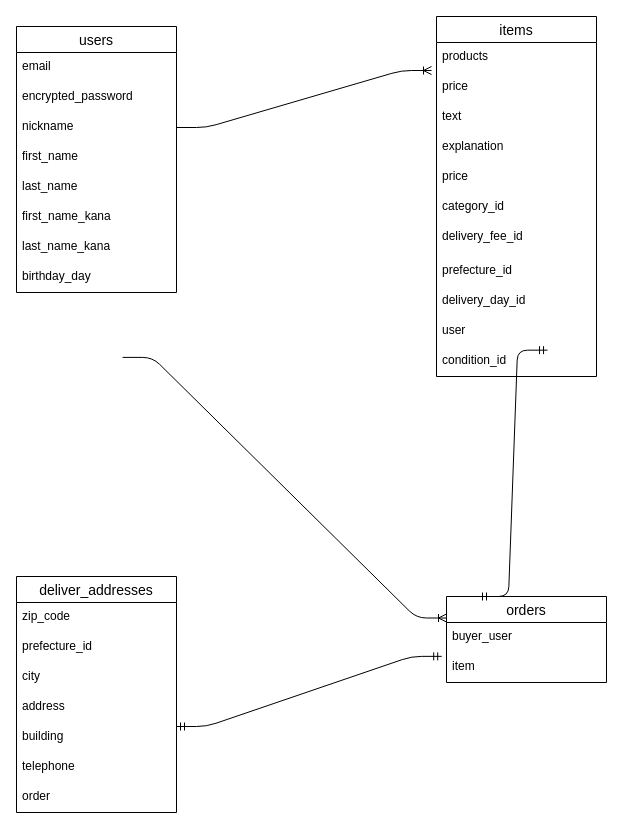
Earlier version of the draw.io diagram test.dio (820sayama/furima-37106). Source tidied: cells renumbered, new cells numbered last; positions are measured from the earlier drawing's top-left corner, leaving out a move shared by most shapes. Both pictures are drawn from the tidied source at 100%, with x=0, y=0 at pixel (16, 16).
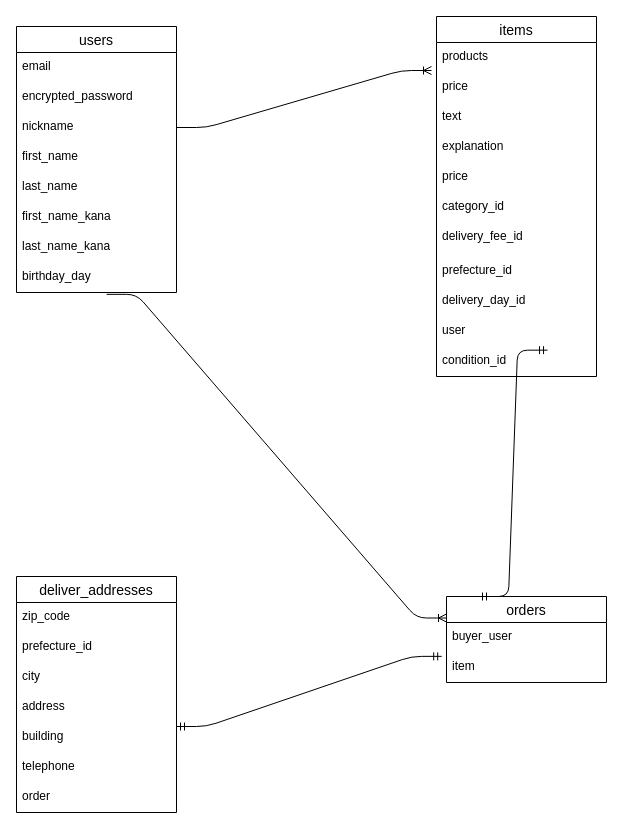
Above is the later version.

Unchanged cells that the change refers to:
```xml
<mxCell id="10" value="birthday_day" style="text;strokeColor=none;fillColor=none;spacingLeft=4;spacingRight=4;overflow=hidden;points=[[0,0.5],[1,0.5]];portConstraint=eastwest;fontSize=12;" parent="2" vertex="1">
  <mxGeometry y="236" width="160" height="30" as="geometry" />
</mxCell>
<mxCell id="23" value="orders" style="swimlane;fontStyle=0;horizontal=1;startSize=26;align=center;fontSize=14;" parent="1" vertex="1">
  <mxGeometry x="430" y="580" width="160" height="86" as="geometry" />
</mxCell>
```

Diff of the diagram source:
```diff
@@
-    <mxCell id="37" style="edgeStyle=entityRelationEdgeStyle;fontSize=12;html=1;endArrow=ERoneToMany;entryX=0;entryY=0.25;entryDx=0;entryDy=0;exitX=0.663;exitY=1.162;exitDx=0;exitDy=0;exitPerimeter=0;" parent="1" edge="1" target="23">
-      <mxGeometry relative="1" as="geometry">
-        <mxPoint x="106.1" y="340.9" as="sourcePoint" />
-      </mxGeometry>
+    <mxCell id="37" style="edgeStyle=entityRelationEdgeStyle;fontSize=12;html=1;endArrow=ERoneToMany;entryX=0;entryY=0.25;entryDx=0;entryDy=0;exitX=0.563;exitY=1.061;exitDx=0;exitDy=0;exitPerimeter=0;" parent="1" edge="1" source="10" target="23">
+      <mxGeometry relative="1" as="geometry" />
     </mxCell>
```
